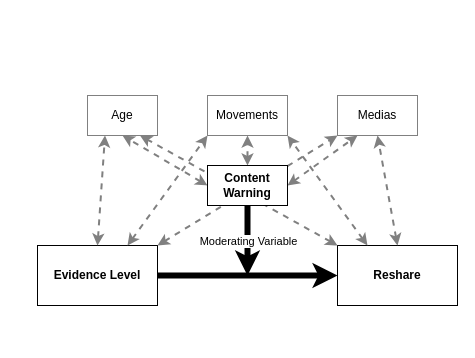
Earlier version of the draw.io diagram StructuralModel.drawio (cameron-raymond/SDS-Thesis). Source tidied: cells renumbered, new cells numbered last; positions are measured from the earlier drawing's top-left corner, leaving out a move shared by most shapes. Both pictures are drawn from the tidied source at 100%, with x=0, y=0 at pixel (37, 95).
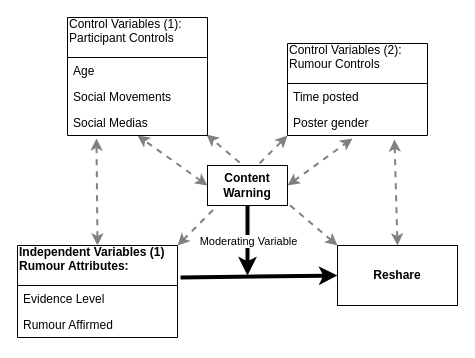
The same diagram, later.

Commit message:
Added controls + whether the rumour is affirmed or not

The change refers to these unchanged cells:
```xml
<mxCell id="3" value="Reshare" style="rounded=0;whiteSpace=wrap;html=1;fontStyle=1;" parent="1" vertex="1">
  <mxGeometry x="300" y="150" width="120" height="60" as="geometry" />
</mxCell>
<mxCell id="19" value="Content Warning" style="rounded=0;whiteSpace=wrap;html=1;fontStyle=1;" parent="1" vertex="1">
  <mxGeometry x="170" y="70" width="80" height="40" as="geometry" />
</mxCell>
```

Diff of the diagram source:
```diff
@@
-    <mxCell id="2" value="&lt;b&gt;Evidence Level&lt;/b&gt;" style="rounded=0;whiteSpace=wrap;html=1;" parent="1" vertex="1">
-      <mxGeometry y="150" width="120" height="60" as="geometry" />
-    </mxCell>
@@
-    <mxCell id="4" value="Age" style="rounded=0;whiteSpace=wrap;html=1;strokeColor=#808080;" parent="1" vertex="1">
-      <mxGeometry x="50" width="70" height="40" as="geometry" />
-    </mxCell>
-    <mxCell id="5" value="Movements" style="rounded=0;whiteSpace=wrap;html=1;strokeColor=#808080;" parent="1" vertex="1">
-      <mxGeometry x="170" width="80" height="40" as="geometry" />
-    </mxCell>
-    <mxCell id="6" value="Medias" style="rounded=0;whiteSpace=wrap;html=1;strokeColor=#808080;" parent="1" vertex="1">
-      <mxGeometry x="300" width="80" height="40" as="geometry" />
-    </mxCell>
-    <mxCell id="7" style="endArrow=classic;html=1;exitX=1;exitY=0.5;exitDx=0;exitDy=0;entryX=0;entryY=0.5;entryDx=0;entryDy=0;strokeWidth=6;" parent="1" edge="1" source="2" target="3">
+    <mxCell id="7" style="endArrow=classic;html=1;exitX=1.019;exitY=0.348;exitDx=0;exitDy=0;entryX=0;entryY=0.5;entryDx=0;entryDy=0;strokeWidth=4;exitPerimeter=0;fontSize=4;" parent="1" edge="1" source="20" target="3">
       <mxGeometry relative="1" as="geometry" />
     </mxCell>
-    <mxCell id="8" style="endArrow=classic;html=1;strokeWidth=6;exitX=0.5;exitY=1;exitDx=0;exitDy=0;" parent="1" edge="1" source="19">
+    <mxCell id="8" style="endArrow=classic;html=1;strokeWidth=4;exitX=0.5;exitY=1;exitDx=0;exitDy=0;" parent="1" edge="1" source="19">
       <mxGeometry relative="1" as="geometry">
         <mxPoint x="210" y="180" as="targetPoint" />
       </mxGeometry>
     </mxCell>
@@
-    <mxCell id="10" style="endArrow=classic;startArrow=classic;html=1;strokeWidth=2;entryX=0.25;entryY=1;entryDx=0;entryDy=0;exitX=0.5;exitY=0;exitDx=0;exitDy=0;dashed=1;strokeColor=#808080;" parent="1" edge="1" source="2" target="4">
+    <mxCell id="10" style="endArrow=classic;startArrow=classic;html=1;strokeWidth=2;entryX=0.207;entryY=1.115;entryDx=0;entryDy=0;exitX=0.5;exitY=0;exitDx=0;exitDy=0;dashed=1;strokeColor=#808080;entryPerimeter=0;" parent="1" edge="1" source="20" target="27">
       <mxGeometry relative="1" as="geometry" />
     </mxCell>
-    <mxCell id="11" style="endArrow=classic;startArrow=classic;html=1;strokeWidth=2;entryX=0.5;entryY=1;entryDx=0;entryDy=0;exitX=0;exitY=0.5;exitDx=0;exitDy=0;dashed=1;strokeColor=#808080;" parent="1" edge="1" source="19" target="4">
+    <mxCell id="11" style="endArrow=classic;startArrow=classic;html=1;strokeWidth=2;entryX=0.5;entryY=1;entryDx=0;entryDy=0;exitX=0;exitY=0.5;exitDx=0;exitDy=0;dashed=1;strokeColor=#808080;" parent="1" edge="1" source="19" target="25">
       <mxGeometry relative="1" as="geometry" />
     </mxCell>
-    <mxCell id="12" style="endArrow=classic;startArrow=classic;html=1;strokeWidth=2;entryX=0.75;entryY=1;entryDx=0;entryDy=0;exitX=0;exitY=0;exitDx=0;exitDy=0;dashed=1;strokeColor=#808080;" parent="1" edge="1" source="3" target="4">
+    <mxCell id="12" style="endArrow=classic;startArrow=classic;html=1;strokeWidth=2;entryX=0.993;entryY=0.962;entryDx=0;entryDy=0;exitX=0;exitY=0;exitDx=0;exitDy=0;dashed=1;strokeColor=#808080;entryPerimeter=0;" parent="1" edge="1" source="3" target="27">
       <mxGeometry relative="1" as="geometry" />
     </mxCell>
-    <mxCell id="13" style="endArrow=classic;startArrow=classic;html=1;strokeWidth=2;entryX=0;entryY=1;entryDx=0;entryDy=0;exitX=0.75;exitY=0;exitDx=0;exitDy=0;dashed=1;strokeColor=#808080;" parent="1" edge="1" source="2" target="5">
+    <mxCell id="13" style="endArrow=classic;startArrow=classic;html=1;strokeWidth=2;exitX=1;exitY=0;exitDx=0;exitDy=0;dashed=1;strokeColor=#808080;entryX=0;entryY=1;entryDx=0;entryDy=0;" parent="1" edge="1" source="20" target="22">
       <mxGeometry relative="1" as="geometry" />
     </mxCell>
-    <mxCell id="14" style="endArrow=classic;startArrow=classic;html=1;strokeWidth=2;entryX=0.5;entryY=1;entryDx=0;entryDy=0;exitX=0.5;exitY=0;exitDx=0;exitDy=0;dashed=1;strokeColor=#808080;" parent="1" edge="1" source="19" target="5">
+    <mxCell id="14" style="endArrow=classic;startArrow=classic;html=1;strokeWidth=2;exitX=1;exitY=0.5;exitDx=0;exitDy=0;dashed=1;strokeColor=#808080;entryX=0.464;entryY=1.115;entryDx=0;entryDy=0;entryPerimeter=0;" parent="1" edge="1" source="19" target="24">
       <mxGeometry relative="1" as="geometry" />
     </mxCell>
-    <mxCell id="15" style="endArrow=classic;startArrow=classic;html=1;strokeWidth=2;entryX=1;entryY=1;entryDx=0;entryDy=0;exitX=0.25;exitY=0;exitDx=0;exitDy=0;dashed=1;strokeColor=#808080;" parent="1" edge="1" source="3" target="5">
+    <mxCell id="15" style="endArrow=classic;startArrow=classic;html=1;strokeWidth=2;entryX=0.764;entryY=1.154;entryDx=0;entryDy=0;exitX=0.5;exitY=0;exitDx=0;exitDy=0;dashed=1;strokeColor=#808080;entryPerimeter=0;" parent="1" edge="1" source="3" target="24">
       <mxGeometry relative="1" as="geometry" />
     </mxCell>
-    <mxCell id="16" style="endArrow=classic;startArrow=classic;html=1;strokeWidth=2;entryX=0.5;entryY=1;entryDx=0;entryDy=0;exitX=0.5;exitY=0;exitDx=0;exitDy=0;dashed=1;strokeColor=#808080;" parent="1" edge="1" source="3" target="6">
-      <mxGeometry relative="1" as="geometry" />
-    </mxCell>
-    <mxCell id="17" style="endArrow=classic;startArrow=classic;html=1;strokeWidth=2;entryX=0.25;entryY=1;entryDx=0;entryDy=0;exitX=1;exitY=0.5;exitDx=0;exitDy=0;dashed=1;strokeColor=#808080;" parent="1" edge="1" source="19" target="6">
-      <mxGeometry relative="1" as="geometry" />
-    </mxCell>
-    <mxCell id="18" style="endArrow=classic;startArrow=classic;html=1;strokeWidth=2;entryX=0;entryY=1;entryDx=0;entryDy=0;exitX=1;exitY=0;exitDx=0;exitDy=0;dashed=1;strokeColor=#808080;" parent="1" edge="1" source="2" target="6">
-      <mxGeometry relative="1" as="geometry" />
-    </mxCell>
@@
+    <mxCell id="20" value="Independent Variables (1)&#10;Rumour Attributes:&#10;" style="swimlane;fontStyle=1;horizontal=1;startSize=40;fillColor=none;align=left;" parent="1" vertex="1">
+      <mxGeometry x="-20" y="150" width="160" height="92" as="geometry" />
+    </mxCell>
+    <mxCell id="2" value="Evidence Level" style="text;strokeColor=none;fillColor=none;align=left;verticalAlign=top;spacingLeft=4;spacingRight=4;overflow=hidden;points=[[0,0.5],[1,0.5]];portConstraint=eastwest;" parent="20" vertex="1">
+      <mxGeometry y="40" width="160" height="26" as="geometry" />
+    </mxCell>
+    <mxCell id="21" value="Rumour Affirmed" style="text;strokeColor=none;fillColor=none;align=left;verticalAlign=top;spacingLeft=4;spacingRight=4;overflow=hidden;" parent="20" vertex="1">
+      <mxGeometry y="66" width="160" height="26" as="geometry" />
+    </mxCell>
+    <mxCell id="22" value="Control Variables (2):&#10;Rumour Controls&#10;" style="swimlane;fontStyle=0;horizontal=1;startSize=40;fillColor=none;align=left;" parent="1" vertex="1">
+      <mxGeometry x="250" y="-52" width="140" height="92" as="geometry" />
+    </mxCell>
+    <mxCell id="23" value="Time posted" style="text;strokeColor=none;fillColor=none;align=left;verticalAlign=top;spacingLeft=4;spacingRight=4;overflow=hidden;" parent="22" vertex="1">
+      <mxGeometry y="40" width="140" height="26" as="geometry" />
+    </mxCell>
+    <mxCell id="24" value="Poster gender" style="text;strokeColor=none;fillColor=none;align=left;verticalAlign=top;spacingLeft=4;spacingRight=4;overflow=hidden;points=[[0,0.5],[1,0.5]];portConstraint=eastwest;" parent="22" vertex="1">
+      <mxGeometry y="66" width="140" height="26" as="geometry" />
+    </mxCell>
+    <mxCell id="25" value="Control Variables (1):&#10;Participant Controls&#10;" style="swimlane;fontStyle=0;horizontal=1;startSize=40;fillColor=none;align=left;rounded=0;shadow=0;glass=0;" parent="1" vertex="1">
+      <mxGeometry x="30" y="-78" width="140" height="118" as="geometry" />
+    </mxCell>
+    <mxCell id="4" value="Age" style="text;strokeColor=none;fillColor=none;align=left;verticalAlign=top;spacingLeft=4;spacingRight=4;overflow=hidden;points=[[0,0.5],[1,0.5]];portConstraint=eastwest;" parent="25" vertex="1">
+      <mxGeometry y="40" width="140" height="26" as="geometry" />
+    </mxCell>
+    <mxCell id="26" value="Social Movements" style="text;strokeColor=none;fillColor=none;align=left;verticalAlign=top;spacingLeft=4;spacingRight=4;overflow=hidden;" parent="25" vertex="1">
+      <mxGeometry y="66" width="140" height="26" as="geometry" />
+    </mxCell>
+    <mxCell id="27" value="Social Medias" style="text;strokeColor=none;fillColor=none;align=left;verticalAlign=top;spacingLeft=4;spacingRight=4;overflow=hidden;points=[[0,0.5],[1,0.5]];portConstraint=eastwest;" parent="25" vertex="1">
+      <mxGeometry y="92" width="140" height="26" as="geometry" />
+    </mxCell>
```
